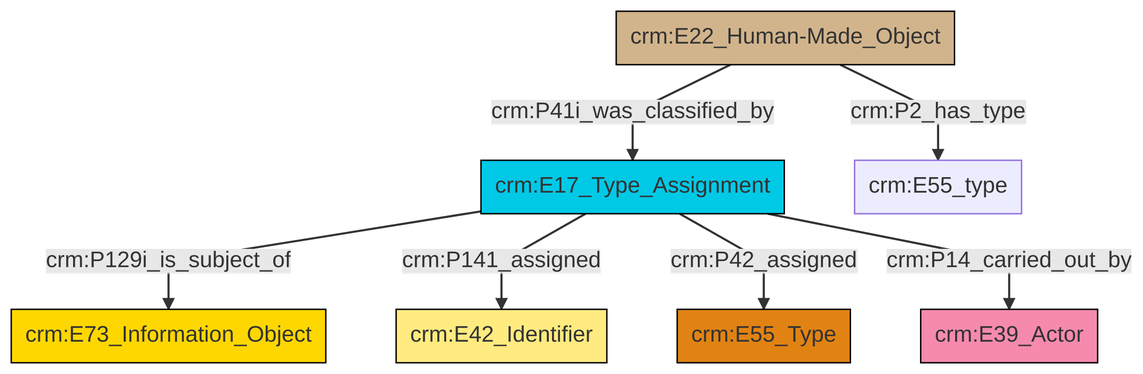
Earlier version of the Mermaid export et/builtWorkCSV/ttl/mmd/png/Built_Work_designation_status.png (swiss-art-research-net/reference-data-models). Its source is kept beside it as et/builtWorkCSV/ttl/mmd/Built_Work_designation_status.ttl.mmd.
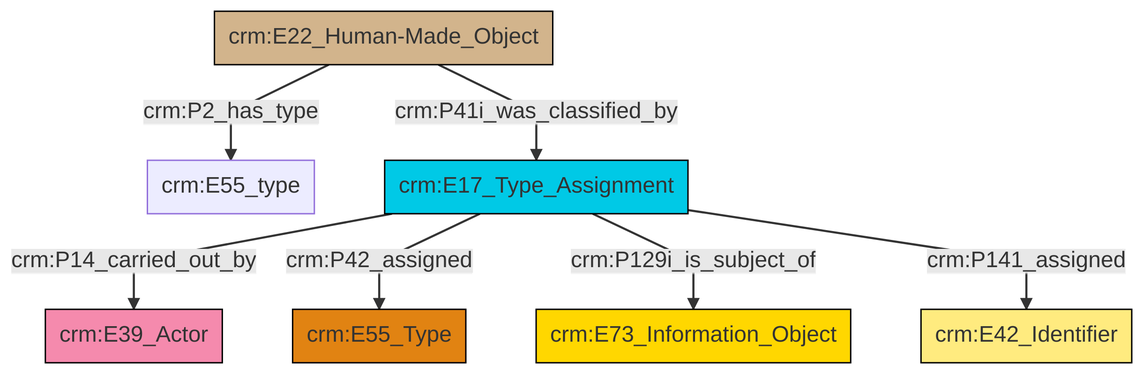
The same file after the commit.

Change to the diagram source:
```diff
@@ -13,9 +13,9 @@
 classDef PC_Classes fill:#4ce600, stroke:#000000;
 classDef Multi fill:#cccccc,stroke:#000000;
 
-0["crm:E17_Type_Assignment"]:::Temporal_Entity -->|crm:P129i_is_subject_of| 1["crm:E73_Information_Object"]:::Conceptual_Object
-0["crm:E17_Type_Assignment"]:::Temporal_Entity -->|crm:P141_assigned| 2["crm:E42_Identifier"]:::Appellation
-0["crm:E17_Type_Assignment"]:::Temporal_Entity -->|crm:P42_assigned| 4["crm:E55_Type"]:::Type
-7["crm:E22_Human-Made_Object"]:::Physical_Thing -->|crm:P41i_was_classified_by| 0["crm:E17_Type_Assignment"]:::Temporal_Entity
-0["crm:E17_Type_Assignment"]:::Temporal_Entity -->|crm:P14_carried_out_by| 11["crm:E39_Actor"]:::Actor
-7["crm:E22_Human-Made_Object"]:::Physical_Thing -->|crm:P2_has_type| 9["crm:E55_type"]:::Default
+0["crm:E22_Human-Made_Object"]:::Physical_Thing -->|crm:P2_has_type| 1["crm:E55_type"]:::Default
+0["crm:E22_Human-Made_Object"]:::Physical_Thing -->|crm:P41i_was_classified_by| 5["crm:E17_Type_Assignment"]:::Temporal_Entity
+5["crm:E17_Type_Assignment"]:::Temporal_Entity -->|crm:P14_carried_out_by| 11["crm:E39_Actor"]:::Actor
+5["crm:E17_Type_Assignment"]:::Temporal_Entity -->|crm:P42_assigned| 9["crm:E55_Type"]:::Type
+5["crm:E17_Type_Assignment"]:::Temporal_Entity -->|crm:P129i_is_subject_of| 6["crm:E73_Information_Object"]:::Conceptual_Object
+5["crm:E17_Type_Assignment"]:::Temporal_Entity -->|crm:P141_assigned| 3["crm:E42_Identifier"]:::Appellation
```
